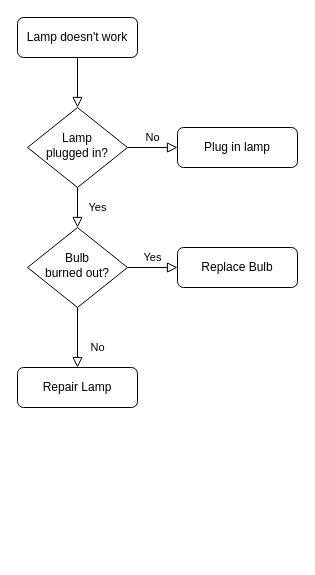
Dinar-92/meeting-BPMN keeps this draw.io diagram as Fizzbuzz.drawio. Above is the earlier version. Source tidied: cells renumbered, new cells numbered last; positions are measured from the earlier drawing's top-left corner, leaving out a move shared by most shapes. Both pictures are drawn from the tidied source at 100%, with x=0, y=0 at pixel (17, 17).
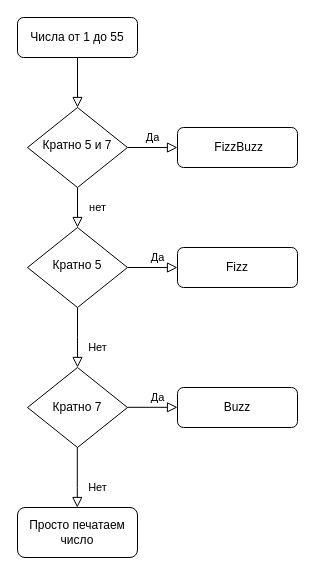
Above is the later version.

The edit, as a diff of the source:
```diff
@@
-    <mxCell id="3" value="Lamp doesn't work" style="rounded=1;whiteSpace=wrap;html=1;fontSize=12;glass=0;strokeWidth=1;shadow=0;" parent="1" vertex="1">
+    <mxCell id="3" value="Числа от 1 до 55" style="rounded=1;whiteSpace=wrap;html=1;fontSize=12;glass=0;strokeWidth=1;shadow=0;" parent="1" vertex="1">
       <mxGeometry width="120" height="40" as="geometry" />
     </mxCell>
-    <mxCell id="4" value="Yes" style="rounded=0;html=1;jettySize=auto;fontSize=11;endArrow=block;endFill=0;endSize=8;strokeWidth=1;shadow=0;labelBackgroundColor=none;edgeStyle=orthogonalEdgeStyle;" parent="1" edge="1" source="6" target="10">
+    <mxCell id="4" value="нет" style="rounded=0;html=1;jettySize=auto;fontSize=11;endArrow=block;endFill=0;endSize=8;strokeWidth=1;shadow=0;labelBackgroundColor=none;edgeStyle=orthogonalEdgeStyle;" parent="1" edge="1" source="6" target="10">
       <mxGeometry y="20" relative="1" as="geometry" />
     </mxCell>
-    <mxCell id="5" value="No" style="edgeStyle=orthogonalEdgeStyle;rounded=0;html=1;jettySize=auto;fontSize=11;endArrow=block;endFill=0;endSize=8;strokeWidth=1;shadow=0;labelBackgroundColor=none;" parent="1" edge="1" source="6" target="7">
+    <mxCell id="5" value="Да" style="edgeStyle=orthogonalEdgeStyle;rounded=0;html=1;jettySize=auto;fontSize=11;endArrow=block;endFill=0;endSize=8;strokeWidth=1;shadow=0;labelBackgroundColor=none;" parent="1" edge="1" source="6" target="7">
       <mxGeometry y="10" relative="1" as="geometry" />
     </mxCell>
-    <mxCell id="6" value="Lamp&lt;br&gt;plugged in?" style="rhombus;whiteSpace=wrap;html=1;shadow=0;fontFamily=Helvetica;fontSize=12;align=center;strokeWidth=1;spacing=6;spacingTop=-4;" parent="1" vertex="1">
+    <mxCell id="6" value="Кратно 5 и 7" style="rhombus;whiteSpace=wrap;html=1;shadow=0;fontFamily=Helvetica;fontSize=12;align=center;strokeWidth=1;spacing=6;spacingTop=-4;" parent="1" vertex="1">
       <mxGeometry x="10" y="90" width="100" height="80" as="geometry" />
     </mxCell>
-    <mxCell id="7" value="Plug in lamp" style="rounded=1;whiteSpace=wrap;html=1;fontSize=12;glass=0;strokeWidth=1;shadow=0;" parent="1" vertex="1">
+    <mxCell id="7" value="&amp;nbsp;FizzBuzz" style="rounded=1;whiteSpace=wrap;html=1;fontSize=12;glass=0;strokeWidth=1;shadow=0;" parent="1" vertex="1">
       <mxGeometry x="160" y="110" width="120" height="40" as="geometry" />
     </mxCell>
-    <mxCell id="8" value="No" style="rounded=0;html=1;jettySize=auto;fontSize=11;endArrow=block;endFill=0;endSize=8;strokeWidth=1;shadow=0;labelBackgroundColor=none;edgeStyle=orthogonalEdgeStyle;" parent="1" edge="1" source="10" target="11">
-      <mxGeometry x="0.33" y="20" relative="1" as="geometry" />
+    <mxCell id="8" value="Нет" style="rounded=0;html=1;jettySize=auto;fontSize=11;endArrow=block;endFill=0;endSize=8;strokeWidth=1;shadow=0;labelBackgroundColor=none;edgeStyle=orthogonalEdgeStyle;" parent="1" edge="1" source="10">
+      <mxGeometry x="0.33" y="20" relative="1" as="geometry">
+        <mxPoint x="60" y="350" as="targetPoint" />
+      </mxGeometry>
     </mxCell>
-    <mxCell id="9" value="Yes" style="edgeStyle=orthogonalEdgeStyle;rounded=0;html=1;jettySize=auto;fontSize=11;endArrow=block;endFill=0;endSize=8;strokeWidth=1;shadow=0;labelBackgroundColor=none;" parent="1" edge="1" source="10" target="12">
-      <mxGeometry y="10" relative="1" as="geometry" />
+    <mxCell id="9" value="&lt;div&gt;Да&lt;/div&gt;" style="edgeStyle=orthogonalEdgeStyle;rounded=0;html=1;jettySize=auto;fontSize=11;endArrow=block;endFill=0;endSize=8;strokeWidth=1;shadow=0;labelBackgroundColor=none;" parent="1" edge="1" source="10" target="12">
+      <mxGeometry x="0.2" y="10" relative="1" as="geometry" />
     </mxCell>
-    <mxCell id="10" value="Bulb&lt;br&gt;burned out?" style="rhombus;whiteSpace=wrap;html=1;shadow=0;fontFamily=Helvetica;fontSize=12;align=center;strokeWidth=1;spacing=6;spacingTop=-4;" parent="1" vertex="1">
+    <mxCell id="10" value="Кратно 5" style="rhombus;whiteSpace=wrap;html=1;shadow=0;fontFamily=Helvetica;fontSize=12;align=center;strokeWidth=1;spacing=6;spacingTop=-4;" parent="1" vertex="1">
       <mxGeometry x="10" y="210" width="100" height="80" as="geometry" />
     </mxCell>
-    <mxCell id="11" value="Repair Lamp" style="rounded=1;whiteSpace=wrap;html=1;fontSize=12;glass=0;strokeWidth=1;shadow=0;" parent="1" vertex="1">
-      <mxGeometry y="350" width="120" height="40" as="geometry" />
-    </mxCell>
-    <mxCell id="12" value="Replace Bulb" style="rounded=1;whiteSpace=wrap;html=1;fontSize=12;glass=0;strokeWidth=1;shadow=0;" parent="1" vertex="1">
+    <mxCell id="12" value="Fizz" style="rounded=1;whiteSpace=wrap;html=1;fontSize=12;glass=0;strokeWidth=1;shadow=0;" parent="1" vertex="1">
       <mxGeometry x="160" y="230" width="120" height="40" as="geometry" />
     </mxCell>
+    <mxCell id="13" value="Кратно 7" style="rhombus;whiteSpace=wrap;html=1;" parent="1" vertex="1">
+      <mxGeometry x="10" y="350" width="100" height="80" as="geometry" />
+    </mxCell>
+    <mxCell id="14" value="&lt;div&gt;Да&lt;/div&gt;" style="edgeStyle=orthogonalEdgeStyle;rounded=0;html=1;jettySize=auto;orthogonalLoop=1;fontSize=11;endArrow=block;endFill=0;endSize=8;strokeWidth=1;shadow=0;labelBackgroundColor=none;" parent="1" edge="1">
+      <mxGeometry x="0.2" y="10" relative="1" as="geometry">
+        <mxPoint x="110" y="389.8" as="sourcePoint" />
+        <mxPoint x="160" y="389.8" as="targetPoint" />
+      </mxGeometry>
+    </mxCell>
+    <mxCell id="15" value="Buzz" style="rounded=1;whiteSpace=wrap;html=1;fontSize=12;glass=0;strokeWidth=1;shadow=0;" parent="1" vertex="1">
+      <mxGeometry x="160" y="370" width="120" height="40" as="geometry" />
+    </mxCell>
+    <mxCell id="16" value="Нет" style="rounded=0;html=1;jettySize=auto;orthogonalLoop=1;fontSize=11;endArrow=block;endFill=0;endSize=8;strokeWidth=1;shadow=0;labelBackgroundColor=none;edgeStyle=orthogonalEdgeStyle;" parent="1" edge="1">
+      <mxGeometry x="0.33" y="20" relative="1" as="geometry">
+        <mxPoint x="59.8" y="430" as="sourcePoint" />
+        <mxPoint x="59.8" y="490" as="targetPoint" />
+        <Array as="points">
+          <mxPoint x="59.8" y="470" />
+          <mxPoint x="59.8" y="470" />
+        </Array>
+      </mxGeometry>
+    </mxCell>
+    <mxCell id="17" value="Просто печатаем число" style="rounded=1;whiteSpace=wrap;html=1;" parent="1" vertex="1">
+      <mxGeometry y="490" width="120" height="50" as="geometry" />
+    </mxCell>
```
